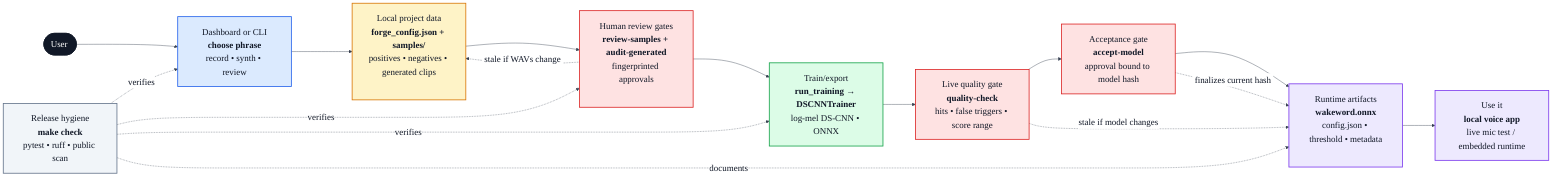
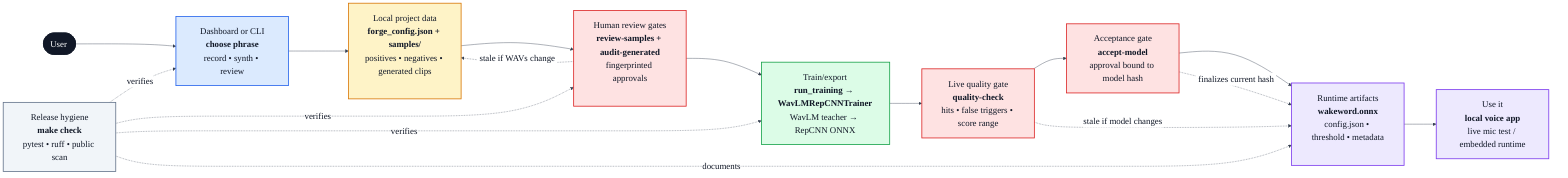
%%{init: {"theme":"base", "flowchart":{"curve":"basis","nodeSpacing":55,"rankSpacing":80,"padding":20,"htmlLabels":true}, "themeVariables":{"background":"#ffffff","primaryColor":"#ffffff","primaryTextColor":"#111827","primaryBorderColor":"#111827","lineColor":"#374151","fontFamily":"Arial, sans-serif","fontSize":"22px","clusterBkg":"#f8fafc","clusterBorder":"#cbd5e1","edgeLabelBackground":"#ffffff"}}}%%
flowchart LR
    U([User])

    UI["Dashboard or CLI<br/><b>choose phrase</b><br/>record • synth • review"]
    DATA["Local project data<br/><b>forge_config.json + samples/</b><br/>positives • negatives • generated clips"]
    REVIEW["Human review gates<br/><b>review-samples + audit-generated</b><br/>fingerprinted approvals"]
-     TRAIN["Train/export<br/><b>run_training → DSCNNTrainer</b><br/>log-mel DS-CNN • ONNX"]
+     TRAIN["Train/export<br/><b>run_training → WavLMRepCNNTrainer</b><br/>WavLM teacher → RepCNN ONNX"]
    QC["Live quality gate<br/><b>quality-check</b><br/>hits • false triggers • score range"]
    ACCEPT["Acceptance gate<br/><b>accept-model</b><br/>approval bound to model hash"]
    OUT["Runtime artifacts<br/><b>wakeword.onnx</b><br/>config.json • threshold • metadata"]
    USE["Use it<br/><b>local voice app</b><br/>live mic test / embedded runtime"]
    QA["Release hygiene<br/><b>make check</b><br/>pytest • ruff • public scan"]

    U --> UI --> DATA --> REVIEW --> TRAIN --> QC --> ACCEPT --> OUT --> USE
    REVIEW -. stale if WAVs change .-> DATA
    QC -. stale if model changes .-> OUT
    ACCEPT -. finalizes current hash .-> OUT
    QA -. verifies .-> UI
    QA -. verifies .-> REVIEW
    QA -. verifies .-> TRAIN
    QA -. documents .-> OUT

    classDef user fill:#111827,stroke:#111827,color:#ffffff,stroke-width:2px
    classDef interface fill:#dbeafe,stroke:#2563eb,color:#111827,stroke-width:2px
    classDef data fill:#fef3c7,stroke:#d97706,color:#111827,stroke-width:2px
    classDef gate fill:#fee2e2,stroke:#dc2626,color:#111827,stroke-width:2px
    classDef train fill:#dcfce7,stroke:#16a34a,color:#111827,stroke-width:2px
    classDef output fill:#ede9fe,stroke:#7c3aed,color:#111827,stroke-width:2px
    classDef verify fill:#f1f5f9,stroke:#64748b,color:#111827,stroke-width:2px

    class U user
    class UI interface
    class DATA data
    class REVIEW,QC,ACCEPT gate
    class TRAIN train
    class OUT,USE output
    class QA verify
